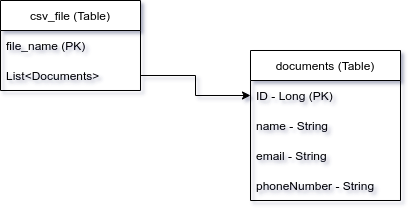
Above: docs/uml.drawio.png in Ryednap/CSVRenderer (draw.io), before the change. Source tidied: cells renumbered, new cells last; positions are measured from the earlier drawing's top-left corner, leaving out a move shared by most shapes.
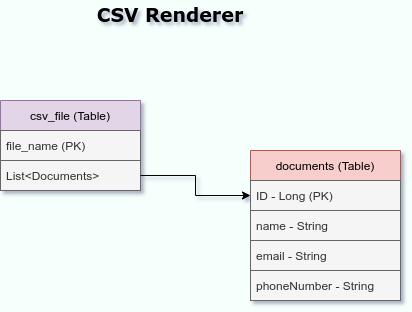
The same diagram one commit later.

Change to the diagram source:
```diff
@@ -1,33 +1,36 @@
-<mxGraphModel>
+<mxGraphModel background="#F5FFFB">
   <root>
     <mxCell id="0" />
     <mxCell id="1" parent="0" />
-    <mxCell id="2" value="csv_file (Table)" style="swimlane;fontStyle=0;horizontal=1;startSize=30;" parent="1" vertex="1">
+    <mxCell id="2" value="csv_file (Table)" style="swimlane;fontStyle=0;horizontal=1;startSize=30;fillColor=#e1d5e7;strokeColor=#9673a6;" parent="1" vertex="1">
       <mxGeometry width="140" height="90" as="geometry" />
     </mxCell>
-    <mxCell id="3" value="file_name (PK)" style="text;strokeColor=none;fillColor=none;align=left;verticalAlign=middle;spacingLeft=4;spacingRight=4;overflow=hidden;" parent="2" vertex="1">
+    <mxCell id="3" value="file_name (PK)" style="text;strokeColor=#666666;fillColor=#f5f5f5;align=left;verticalAlign=middle;spacingLeft=4;spacingRight=4;overflow=hidden;fontColor=#333333;" parent="2" vertex="1">
       <mxGeometry y="30" width="140" height="30" as="geometry" />
     </mxCell>
-    <mxCell id="4" value="List&lt;Documents&gt;" style="text;strokeColor=none;fillColor=none;align=left;verticalAlign=middle;spacingLeft=4;spacingRight=4;overflow=hidden;points=[[0,0.5],[1,0.5]];portConstraint=eastwest;" parent="2" vertex="1">
+    <mxCell id="4" value="List&lt;Documents&gt;" style="text;strokeColor=#666666;fillColor=#f5f5f5;align=left;verticalAlign=middle;spacingLeft=4;spacingRight=4;overflow=hidden;points=[[0,0.5],[1,0.5]];portConstraint=eastwest;fontColor=#333333;" parent="2" vertex="1">
       <mxGeometry y="60" width="140" height="30" as="geometry" />
     </mxCell>
-    <mxCell id="5" value="documents (Table)" style="swimlane;fontStyle=0;horizontal=1;startSize=30;" parent="1" vertex="1">
+    <mxCell id="5" value="documents (Table)" style="swimlane;fontStyle=0;horizontal=1;startSize=30;fillColor=#f8cecc;strokeColor=#b85450;" parent="1" vertex="1">
       <mxGeometry x="250" y="50" width="150" height="150" as="geometry" />
     </mxCell>
-    <mxCell id="6" value="ID - Long (PK)" style="text;strokeColor=none;fillColor=none;align=left;verticalAlign=middle;spacingLeft=4;spacingRight=4;overflow=hidden;points=[[0,0.5],[1,0.5]];portConstraint=eastwest;" parent="5" vertex="1">
+    <mxCell id="6" value="ID - Long (PK)" style="text;strokeColor=#666666;fillColor=#f5f5f5;align=left;verticalAlign=middle;spacingLeft=4;spacingRight=4;overflow=hidden;points=[[0,0.5],[1,0.5]];portConstraint=eastwest;fontColor=#333333;" parent="5" vertex="1">
       <mxGeometry y="30" width="150" height="30" as="geometry" />
     </mxCell>
-    <mxCell id="7" value="name - String " style="text;strokeColor=none;fillColor=none;align=left;verticalAlign=middle;spacingLeft=4;spacingRight=4;overflow=hidden;" parent="5" vertex="1">
+    <mxCell id="7" value="name - String " style="text;strokeColor=#666666;fillColor=#f5f5f5;align=left;verticalAlign=middle;spacingLeft=4;spacingRight=4;overflow=hidden;fontColor=#333333;" parent="5" vertex="1">
       <mxGeometry y="60" width="150" height="30" as="geometry" />
     </mxCell>
-    <mxCell id="8" value="email - String" style="text;strokeColor=none;fillColor=none;align=left;verticalAlign=middle;spacingLeft=4;spacingRight=4;overflow=hidden;" parent="5" vertex="1">
+    <mxCell id="8" value="email - String" style="text;strokeColor=#666666;fillColor=#f5f5f5;align=left;verticalAlign=middle;spacingLeft=4;spacingRight=4;overflow=hidden;fontColor=#333333;" parent="5" vertex="1">
       <mxGeometry y="90" width="150" height="30" as="geometry" />
     </mxCell>
-    <mxCell id="9" value="phoneNumber - String" style="text;strokeColor=none;fillColor=none;align=left;verticalAlign=middle;spacingLeft=4;spacingRight=4;overflow=hidden;" parent="5" vertex="1">
+    <mxCell id="9" value="phoneNumber - String" style="text;strokeColor=#666666;fillColor=#f5f5f5;align=left;verticalAlign=middle;spacingLeft=4;spacingRight=4;overflow=hidden;fontColor=#333333;" parent="5" vertex="1">
       <mxGeometry y="120" width="150" height="30" as="geometry" />
     </mxCell>
     <mxCell id="10" style="edgeStyle=orthogonalEdgeStyle;rounded=0;jettySize=auto;html=1;entryX=0;entryY=0.5;entryDx=0;entryDy=0;" parent="1" edge="1" source="4" target="6">
       <mxGeometry relative="1" as="geometry" />
     </mxCell>
+    <mxCell id="11" value="&lt;b&gt;&lt;font face=&quot;Verdana&quot; style=&quot;font-size: 19px&quot;&gt;CSV Renderer&lt;/font&gt;&lt;/b&gt;" style="text;html=1;strokeColor=none;fillColor=none;align=center;verticalAlign=middle;whiteSpace=wrap;rounded=0;" parent="1" vertex="1">
+      <mxGeometry y="-100" width="340" height="30" as="geometry" />
+    </mxCell>
   </root>
 </mxGraphModel>
```
